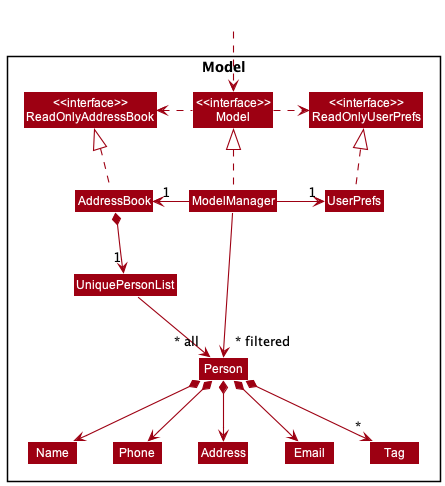
nus-cs2103-AY2223S2/tp keeps this PlantUML diagram as docs/images/ModelClassDiagram.png. Above is the earlier version.
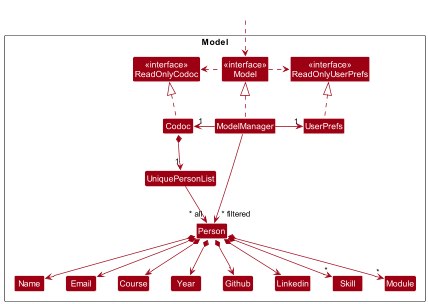
After the commit.

Commit message:
Person class and Edit Command class add to DG

Change to the diagram source:
```diff
@@ -5,46 +5,54 @@
 skinparam classBackgroundColor MODEL_COLOR
 
 Package Model <<Rectangle>>{
-Class "<<interface>>\nReadOnlyAddressBook" as ReadOnlyAddressBook
+Class "<<interface>>\nReadOnlyCodoc" as ReadOnlyCodoc
 Class "<<interface>>\nReadOnlyUserPrefs" as ReadOnlyUserPrefs
-Class "<<interface>>\nModel" as Model
-Class AddressBook
+Class "<<interface>>\nModel" as ModelInterface
+Class Codoc
 Class ModelManager
 Class UserPrefs
 
 Class UniquePersonList
 Class Person
-Class Address
+Class Linkedin
 Class Email
 Class Name
-Class Phone
-Class Tag
-
+Class Github
+Class Skill
+Class Module
+Class Course
+Class Year
 }
 
 Class HiddenOutside #FFFFFF
-HiddenOutside ..> Model
+HiddenOutside ..> ModelInterface
 
-AddressBook .up.|> ReadOnlyAddressBook
+Codoc .up.|> ReadOnlyCodoc
 
-ModelManager .up.|> Model
-Model .right.> ReadOnlyUserPrefs
-Model .left.> ReadOnlyAddressBook
-ModelManager -left-> "1" AddressBook
+ModelManager .up.|> ModelInterface
+ModelInterface .right.> ReadOnlyUserPrefs
+ModelInterface .left.> ReadOnlyCodoc
+ModelManager -left-> "1" Codoc
 ModelManager -right-> "1" UserPrefs
 UserPrefs .up.|> ReadOnlyUserPrefs
 
-AddressBook *--> "1" UniquePersonList
+Codoc *--> "1" UniquePersonList
 UniquePersonList --> "~* all" Person
 Person *--> Name
-Person *--> Phone
+Person *--> Course
+Person *--> Year
+Person *--> Github
 Person *--> Email
-Person *--> Address
-Person *--> "*" Tag
+Person *--> Linkedin
+Person *--> "*" Skill
+Person *--> "*" Module
 
-Name -[hidden]right-> Phone
-Phone -[hidden]right-> Address
-Address -[hidden]right-> Email
+Name -[hidden]right-> Email
+Email -[hidden]right-> Course
+Course -[hidden]right-> Year
+Year -[hidden]right-> Github
+Github -[hidden]right-> Linkedin
+Linkedin -[hidden]right-> Skill
 
 ModelManager -->"~* filtered" Person
 @enduml
```
